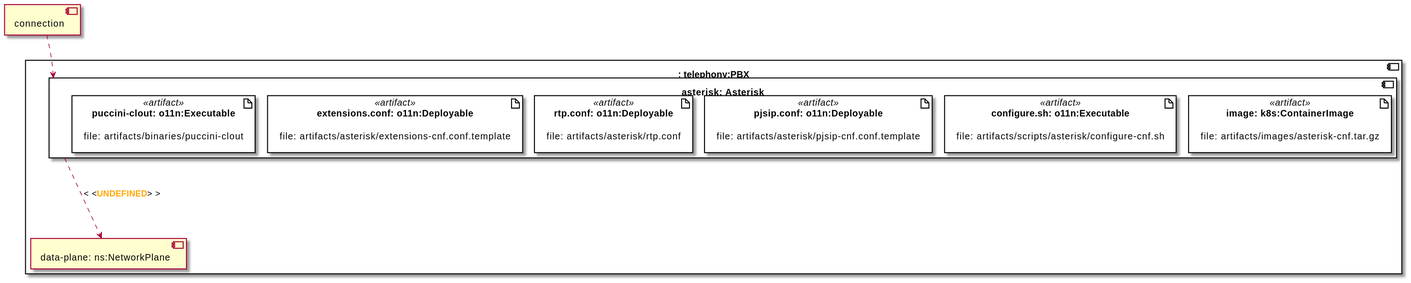
Earlier version of the PlantUML export examples/tosca-community-contributions/diagrams/uml2/examples-1.3-turandot-telephony-network-service-asterisk-cnf-asterisk-cnf-uml2-deployment-diagram.svg (Orange-OpenSource/Cloudnet-TOSCA-toolbox). Source of this version:
```plantuml
@startuml
skinparam componentStyle uml2
allowmixing

component "connection" as substitution_mappings_capability_connection
component ": telephony:PBX" as substitution_mappings {
component "asterisk: Asterisk" as node_asterisk {
artifact "image: k8s:ContainerImage" <<artifact>> as node_asterisk_artifact_image {
label "file: artifacts/images/asterisk-cnf.tar.gz" as node_asterisk_artifact_image_label
}
artifact "configure.sh: o11n:Executable" <<artifact>> as node_asterisk_artifact_configure_sh {
label "file: artifacts/scripts/asterisk/configure-cnf.sh" as node_asterisk_artifact_configure_sh_label
}
artifact "pjsip.conf: o11n:Deployable" <<artifact>> as node_asterisk_artifact_pjsip_conf {
label "file: artifacts/asterisk/pjsip-cnf.conf.template" as node_asterisk_artifact_pjsip_conf_label
}
artifact "rtp.conf: o11n:Deployable" <<artifact>> as node_asterisk_artifact_rtp_conf {
label "file: artifacts/asterisk/rtp.conf" as node_asterisk_artifact_rtp_conf_label
}
artifact "extensions.conf: o11n:Deployable" <<artifact>> as node_asterisk_artifact_extensions_conf {
label "file: artifacts/asterisk/extensions-cnf.conf.template" as node_asterisk_artifact_extensions_conf_label
}
artifact "puccini-clout: o11n:Executable" <<artifact>> as node_asterisk_artifact_puccini_clout {
label "file: artifacts/binaries/puccini-clout" as node_asterisk_artifact_puccini_clout_label
}
}
component "data-plane: ns:NetworkPlane" as node_data_plane
node_asterisk ..> node_data_plane : <<**<color:orange>UNDEFINED</color>**>>
}
substitution_mappings_capability_connection -[hidden]- substitution_mappings
substitution_mappings_capability_connection ..> node_asterisk
@enduml
```
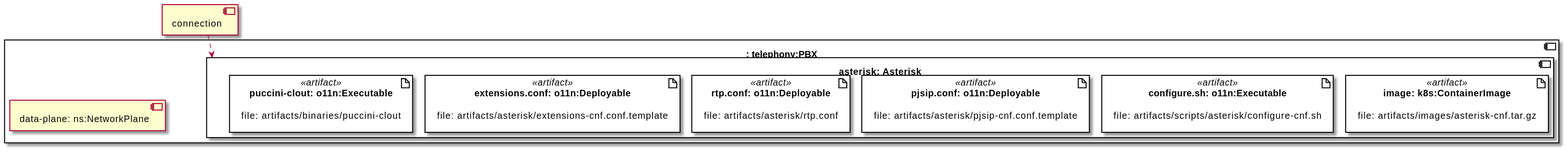
After the commit.

Diff of the diagram source:
```diff
@@ -25,7 +25,6 @@
 }
 }
 component "data-plane: ns:NetworkPlane" as node_data_plane
-node_asterisk ..> node_data_plane : <<**<color:orange>UNDEFINED</color>**>>
 }
 substitution_mappings_capability_connection -[hidden]- substitution_mappings
 substitution_mappings_capability_connection ..> node_asterisk
```
